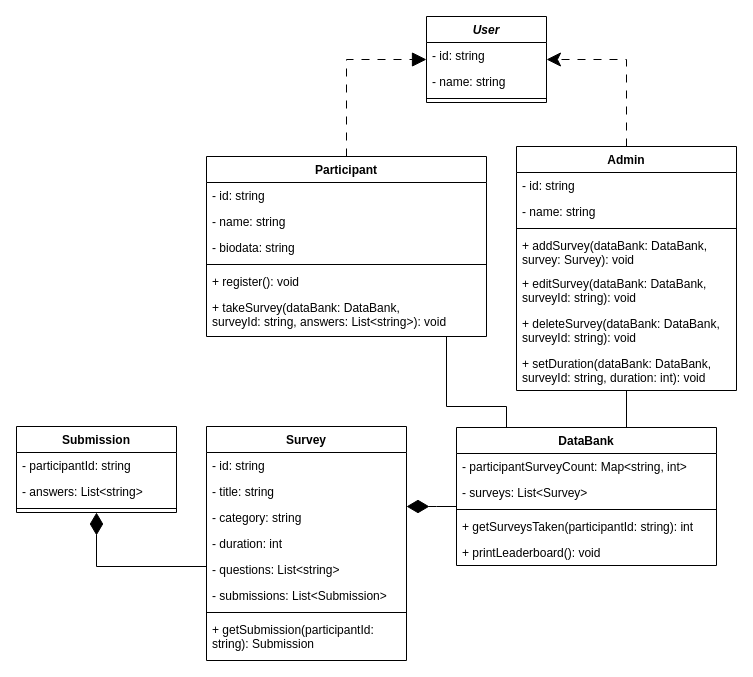
This is page "Class Diagram" (1 of 2) of omaapinions.drawio from ariefrahmanna/omaapinions, a draw.io file, before an edit. Source tidied: cells renumbered, new cells numbered last; positions are measured from the earlier drawing's top-left corner, leaving out a move shared by most shapes. Both pictures are drawn from the tidied source at 100%, with x=0, y=0 at pixel (16, 16).
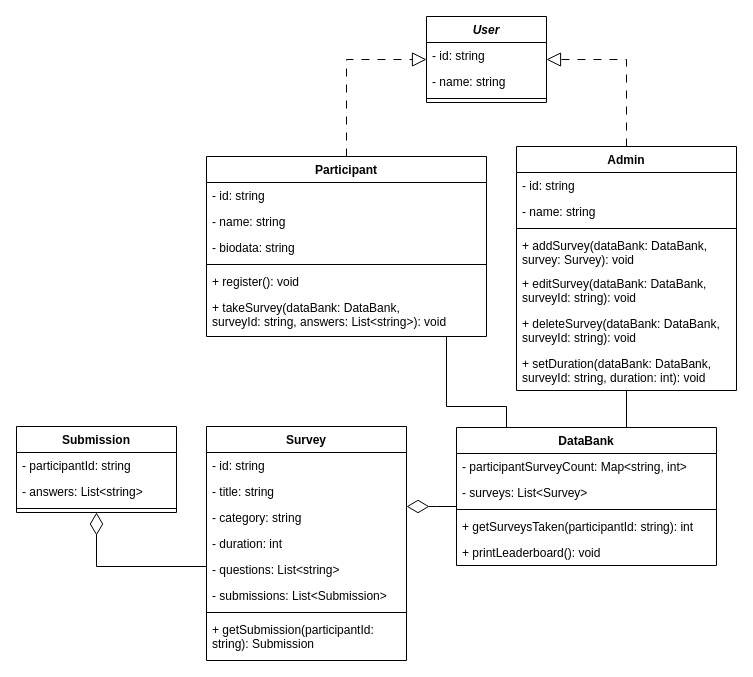
Above is the later version.

Unchanged cells that the change refers to:
```xml
<mxCell id="4" value="Admin" style="swimlane;fontStyle=1;align=center;verticalAlign=top;horizontal=1;startSize=26;" parent="1" vertex="1">
  <mxGeometry x="500" y="130" width="220" height="244" as="geometry" />
</mxCell>
<mxCell id="14" value="Participant" style="swimlane;fontStyle=1;align=center;verticalAlign=top;horizontal=1;startSize=26;" parent="1" vertex="1">
  <mxGeometry x="190" y="140" width="280" height="180" as="geometry" />
</mxCell>
<mxCell id="22" value="Survey" style="swimlane;fontStyle=1;align=center;verticalAlign=top;horizontal=1;startSize=26;" parent="1" vertex="1">
  <mxGeometry x="190" y="410" width="200" height="234" as="geometry" />
</mxCell>
<mxCell id="32" value="DataBank" style="swimlane;fontStyle=1;align=center;verticalAlign=top;horizontal=1;startSize=26;" parent="1" vertex="1">
  <mxGeometry x="440" y="411" width="260" height="138" as="geometry" />
</mxCell>
<mxCell id="38" value="User" style="swimlane;fontStyle=3;align=center;verticalAlign=top;horizontal=1;startSize=26;" parent="1" vertex="1">
  <mxGeometry x="410" width="120" height="86" as="geometry" />
</mxCell>
<mxCell id="42" value="Submission" style="swimlane;fontStyle=1;align=center;verticalAlign=top;horizontal=1;startSize=26;" parent="1" vertex="1">
  <mxGeometry y="410" width="160" height="86" as="geometry" />
</mxCell>
```

The edit, as a diff of the source:
```diff
@@
-    <mxCell id="2" style="rounded=0;html=1;dashed=1;dashPattern=8 8;strokeWidth=1;edgeStyle=orthogonalEdgeStyle;endSize=12;" parent="1" edge="1" source="4" target="38">
+    <mxCell id="2" style="rounded=0;html=1;dashed=1;dashPattern=8 8;strokeWidth=1;edgeStyle=orthogonalEdgeStyle;endSize=12;endArrow=block;endFill=0;" parent="1" edge="1" source="4" target="38">
       <mxGeometry relative="1" as="geometry">
         <Array as="points">
           <mxPoint x="610" y="43" />
         </Array>
       </mxGeometry>
     </mxCell>
@@
-    <mxCell id="12" style="edgeStyle=orthogonalEdgeStyle;rounded=0;html=1;dashed=1;dashPattern=8 8;strokeWidth=1;endArrow=block;endFill=1;endSize=12;" parent="1" edge="1" source="14" target="38">
+    <mxCell id="12" style="edgeStyle=orthogonalEdgeStyle;rounded=0;html=1;dashed=1;dashPattern=8 8;strokeWidth=1;endArrow=block;endFill=0;endSize=12;" parent="1" edge="1" source="14" target="38">
       <mxGeometry relative="1" as="geometry">
         <Array as="points">
           <mxPoint x="330" y="43" />
         </Array>
       </mxGeometry>
     </mxCell>
@@
-    <mxCell id="21" style="edgeStyle=orthogonalEdgeStyle;rounded=0;html=1;strokeWidth=1;endArrow=diamondThin;endFill=1;endSize=20;" parent="1" edge="1" source="22" target="42">
+    <mxCell id="21" style="edgeStyle=orthogonalEdgeStyle;rounded=0;html=1;strokeWidth=1;endArrow=diamondThin;endFill=0;endSize=20;" parent="1" edge="1" source="22" target="42">
       <mxGeometry relative="1" as="geometry">
         <Array as="points">
           <mxPoint x="80" y="550" />
         </Array>
       </mxGeometry>
     </mxCell>
@@
-    <mxCell id="31" style="edgeStyle=orthogonalEdgeStyle;rounded=0;html=1;strokeWidth=1;endArrow=diamondThin;endFill=1;endSize=20;" parent="1" edge="1" source="32" target="22">
+    <mxCell id="31" style="edgeStyle=orthogonalEdgeStyle;rounded=0;html=1;strokeWidth=1;endArrow=diamondThin;endFill=0;endSize=20;" parent="1" edge="1" source="32" target="22">
       <mxGeometry relative="1" as="geometry">
         <Array as="points">
           <mxPoint x="420" y="490" />
           <mxPoint x="420" y="490" />
         </Array>
       </mxGeometry>
     </mxCell>
```
